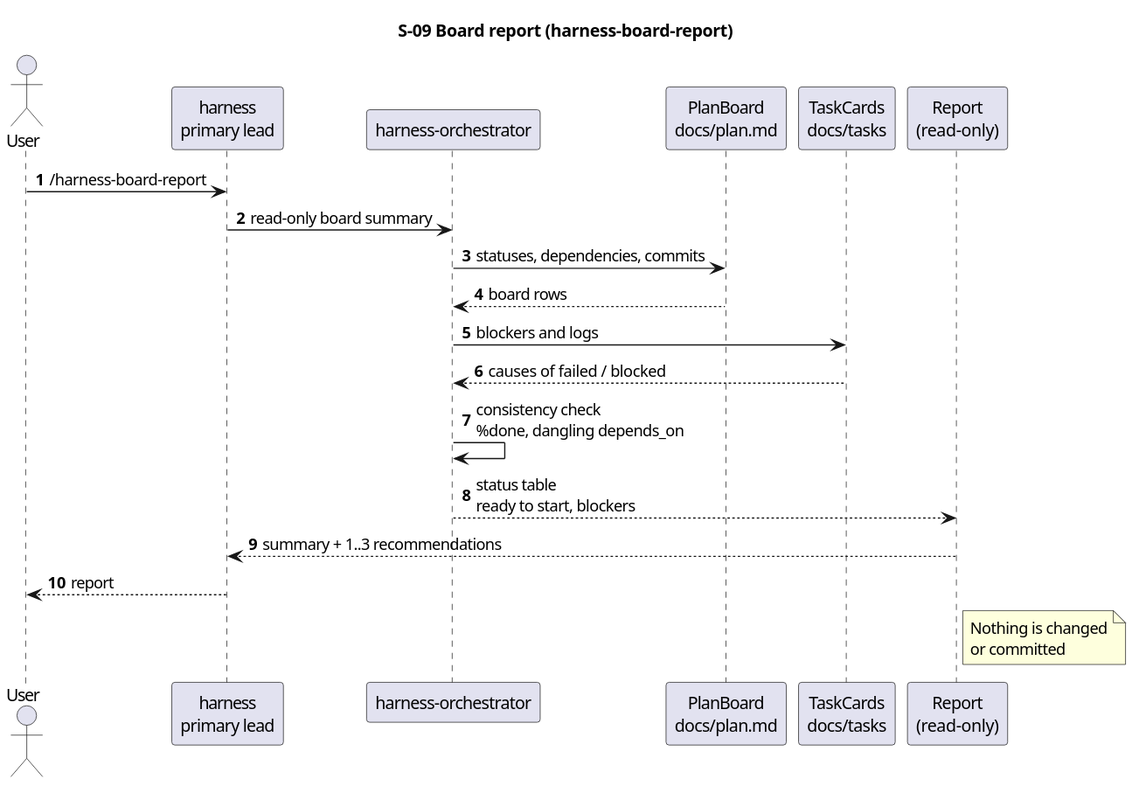
This is docs/description/diagrams/seq-09-harness-board-report.svg from serge-sasov/harness, a PlantUML export, as it was before one commit.
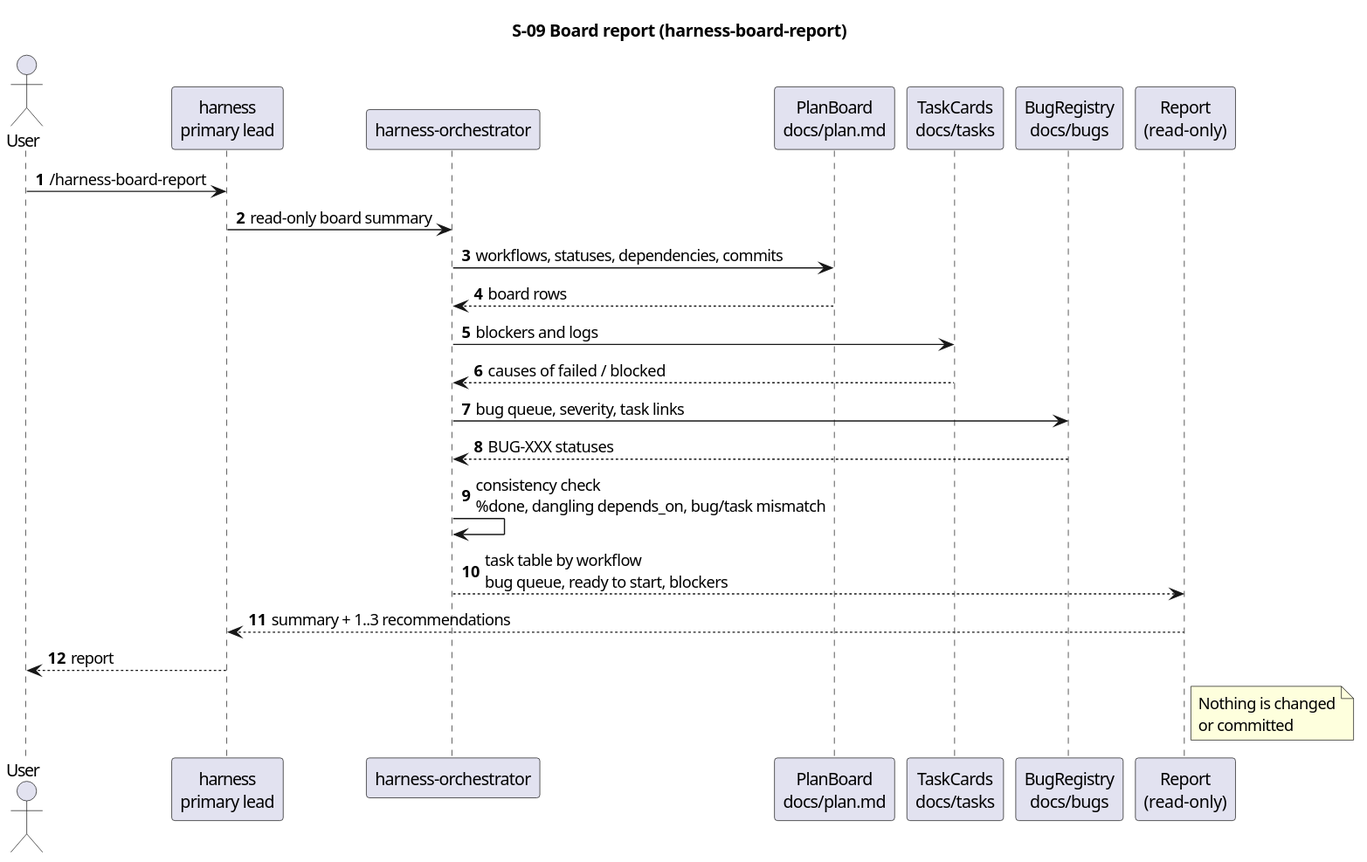
After the change.

What changed in the source:
```diff
@@ -8,16 +8,19 @@
 participant "harness-orchestrator" as orch
 participant "PlanBoard\ndocs/plan.md" as board
 participant "TaskCards\ndocs/tasks" as cards
+participant "BugRegistry\ndocs/bugs" as bugs
 participant "Report\n(read-only)" as report
 
 user -> lead : /harness-board-report
 lead -> orch : read-only board summary
-orch -> board : statuses, dependencies, commits
+orch -> board : workflows, statuses, dependencies, commits
 board --> orch : board rows
 orch -> cards : blockers and logs
 cards --> orch : causes of failed / blocked
-orch -> orch : consistency check\n%done, dangling depends_on
-orch --> report : status table\nready to start, blockers
+orch -> bugs : bug queue, severity, task links
+bugs --> orch : BUG-XXX statuses
+orch -> orch : consistency check\n%done, dangling depends_on, bug/task mismatch
+orch --> report : task table by workflow\nbug queue, ready to start, blockers
 report --> lead : summary + 1..3 recommendations
 lead --> user : report
 note right of report
```
